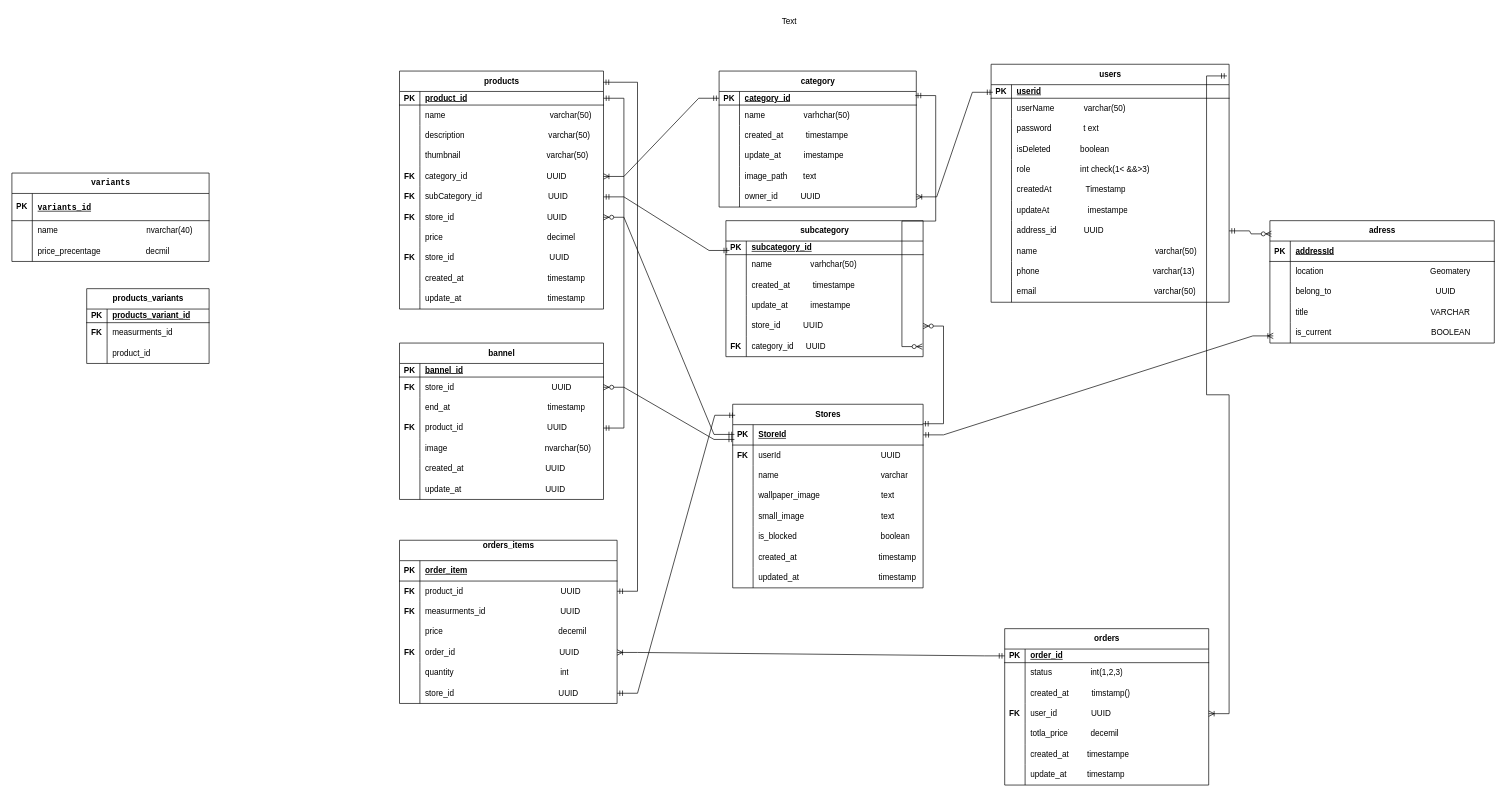
This is ecommerce.drawio from Abdullah2100/ecommerce_full_stack, a draw.io file, before an edit. Source tidied: cells renumbered, new cells numbered last; positions are measured from the earlier drawing's top-left corner, leaving out a move shared by most shapes. Both pictures are drawn from the tidied source at 68%, with x=0, y=0 at pixel (12, 12).
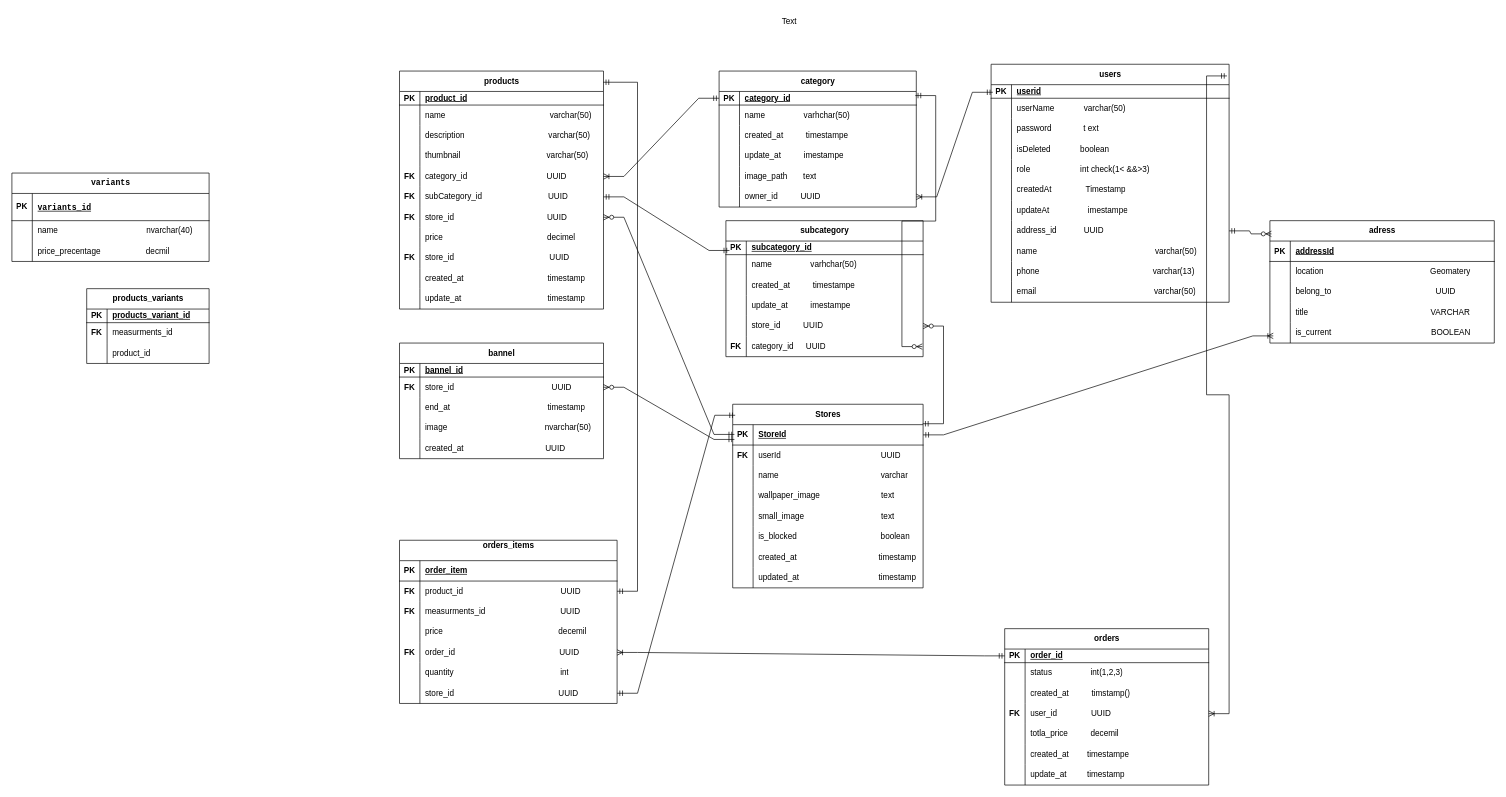
The same diagram, later.

The change refers to these unchanged cells:
```xml
<mxCell id="37" style="shape=tableRow;horizontal=0;startSize=0;swimlaneHead=0;swimlaneBody=0;fillColor=none;points=[[0,0.5],[1,0.5]];portConstraint=eastwest;top=0;left=0;right=0;bottom=1;" parent="36" vertex="1">
  <mxGeometry y="30" width="300" height="20" as="geometry" />
</mxCell>
```

Diff of the diagram source:
```diff
@@
     <mxCell id="134" value="bannel" style="shape=table;startSize=30;childLayout=tableLayout;rowLines=0;fontStyle=1;align=center;html=1;" parent="1" vertex="1">
-      <mxGeometry x="570" y="487" width="300" height="230" as="geometry" />
+      <mxGeometry x="570" y="487" width="300" height="170" as="geometry" />
     </mxCell>
@@
-    <mxCell id="144" style="shape=tableRow;horizontal=0;startSize=0;swimlaneHead=0;swimlaneBody=0;fillColor=none;points=[[0,0.5],[1,0.5]];portConstraint=eastwest;top=0;left=0;right=0;bottom=0;" parent="134" vertex="1">
-      <mxGeometry y="110" width="300" height="30" as="geometry" />
-    </mxCell>
-    <mxCell id="145" value="&lt;b&gt;FK&lt;/b&gt;" style="shape=partialRectangle;fillColor=none;top=0;left=0;bottom=0;right=0;overflow=hidden;whiteSpace=wrap;html=1;" parent="144" vertex="1">
-      <mxGeometry width="30" height="30" as="geometry" />
-    </mxCell>
-    <mxCell id="146" value="product_id&amp;nbsp; &amp;nbsp; &amp;nbsp; &amp;nbsp; &amp;nbsp; &amp;nbsp; &amp;nbsp; &amp;nbsp; &amp;nbsp; &amp;nbsp; &amp;nbsp; &amp;nbsp; &amp;nbsp; &amp;nbsp; &amp;nbsp; &amp;nbsp; &amp;nbsp; &amp;nbsp; &amp;nbsp;UUID" style="shape=partialRectangle;fillColor=none;top=0;left=0;bottom=0;right=0;align=left;spacingLeft=6;overflow=hidden;whiteSpace=wrap;html=1;" parent="144" vertex="1">
-      <mxGeometry x="30" width="270" height="30" as="geometry" />
-    </mxCell>
     <mxCell id="147" style="shape=tableRow;horizontal=0;startSize=0;swimlaneHead=0;swimlaneBody=0;fillColor=none;top=0;left=0;right=0;bottom=0;" parent="134" vertex="1">
-      <mxGeometry y="140" width="300" height="30" as="geometry" />
+      <mxGeometry y="110" width="300" height="30" as="geometry" />
     </mxCell>
@@
     <mxCell id="150" style="shape=tableRow;horizontal=0;startSize=0;swimlaneHead=0;swimlaneBody=0;fillColor=none;top=0;left=0;right=0;bottom=0;" parent="134" vertex="1">
-      <mxGeometry y="170" width="300" height="30" as="geometry" />
+      <mxGeometry y="140" width="300" height="30" as="geometry" />
     </mxCell>
@@
-    <mxCell id="153" style="shape=tableRow;horizontal=0;startSize=0;swimlaneHead=0;swimlaneBody=0;fillColor=none;top=0;left=0;right=0;bottom=0;" parent="134" vertex="1">
-      <mxGeometry y="200" width="300" height="30" as="geometry" />
-    </mxCell>
-    <mxCell id="154" style="shape=partialRectangle;fillColor=none;top=0;left=0;bottom=0;right=0;overflow=hidden;whiteSpace=wrap;html=1;" parent="153" vertex="1">
-      <mxGeometry width="30" height="30" as="geometry" />
-    </mxCell>
-    <mxCell id="155" value="update_at&amp;nbsp; &amp;nbsp; &amp;nbsp; &amp;nbsp; &amp;nbsp; &amp;nbsp; &amp;nbsp; &amp;nbsp; &amp;nbsp; &amp;nbsp; &amp;nbsp; &amp;nbsp; &amp;nbsp; &amp;nbsp; &amp;nbsp; &amp;nbsp; &amp;nbsp; &amp;nbsp; &amp;nbsp;UUID" style="shape=partialRectangle;fillColor=none;top=0;left=0;bottom=0;right=0;align=left;spacingLeft=6;overflow=hidden;whiteSpace=wrap;html=1;" parent="153" vertex="1">
-      <mxGeometry x="30" width="270" height="30" as="geometry" />
-    </mxCell>
@@
-    <mxCell id="244" style="edgeStyle=entityRelationEdgeStyle;fontSize=12;html=1;endArrow=ERmandOne;startArrow=ERmandOne;rounded=0;" parent="1" edge="1" source="144" target="37">
-      <mxGeometry relative="1" as="geometry" />
-    </mxCell>
```
